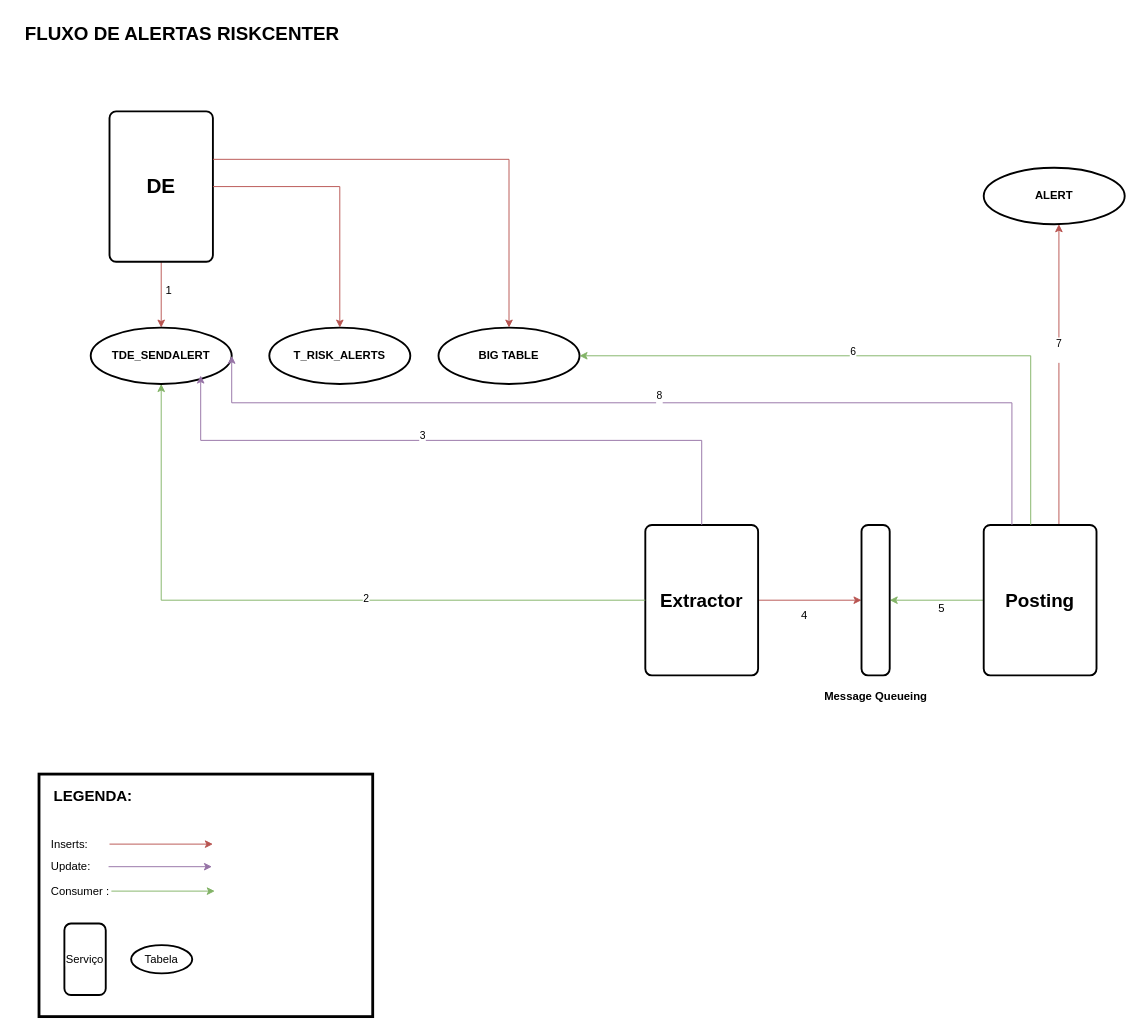
This is Projetos drawio/Diagrama sem nome.drawio from daviamarall/aws, a draw.io file, before an edit. Source tidied: cells renumbered, new cells numbered last; positions are measured from the earlier drawing's top-left corner, leaving out a move shared by most shapes. Both pictures are drawn from the tidied source at 94%, with x=0, y=0 at pixel (16, 16).
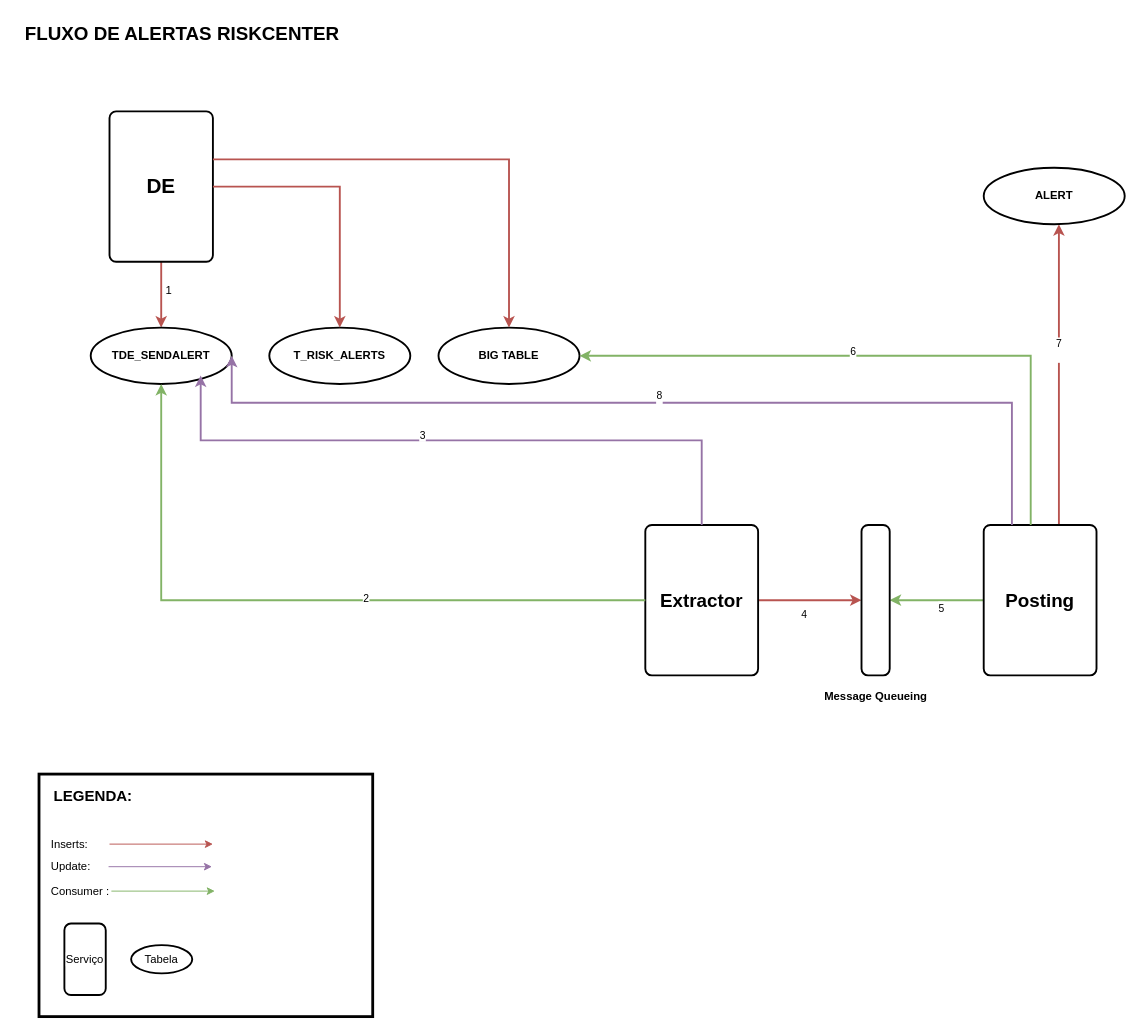
The same diagram, later.

The change refers to these unchanged cells:
```xml
<mxCell id="7" value="&lt;font style=&quot;font-size: 20px;&quot;&gt;&lt;b&gt;Posting&lt;/b&gt;&lt;/font&gt;" style="rounded=1;whiteSpace=wrap;html=1;absoluteArcSize=1;arcSize=14;strokeWidth=2;" parent="1" vertex="1">
  <mxGeometry x="1029" y="541" width="120" height="160" as="geometry" />
</mxCell>
<mxCell id="10" value="&lt;font style=&quot;font-size: 20px;&quot;&gt;&lt;b&gt;Extractor&lt;/b&gt;&lt;/font&gt;" style="rounded=1;whiteSpace=wrap;html=1;absoluteArcSize=1;arcSize=14;strokeWidth=2;" parent="1" vertex="1">
  <mxGeometry x="669" y="541" width="120" height="160" as="geometry" />
</mxCell>
<mxCell id="13" value="&lt;font style=&quot;font-size: 22px;&quot;&gt;&lt;b style=&quot;background-color: rgb(255, 255, 255);&quot;&gt;DE&lt;/b&gt;&lt;/font&gt;" style="rounded=1;whiteSpace=wrap;html=1;absoluteArcSize=1;arcSize=14;strokeWidth=2;labelBackgroundColor=default;" parent="1" vertex="1">
  <mxGeometry x="99" y="101" width="110" height="160" as="geometry" />
</mxCell>
<mxCell id="14" value="&lt;b&gt;TDE_SENDALERT&lt;/b&gt;" style="strokeWidth=2;html=1;shape=mxgraph.flowchart.start_1;whiteSpace=wrap;" parent="1" vertex="1">
  <mxGeometry x="79" y="331" width="150" height="60" as="geometry" />
</mxCell>
<mxCell id="15" value="&lt;b&gt;T_RISK_ALERTS&lt;/b&gt;" style="strokeWidth=2;html=1;shape=mxgraph.flowchart.start_1;whiteSpace=wrap;" parent="1" vertex="1">
  <mxGeometry x="269" y="331" width="150" height="60" as="geometry" />
</mxCell>
<mxCell id="16" value="&lt;b&gt;BIG TABLE&lt;/b&gt;" style="strokeWidth=2;html=1;shape=mxgraph.flowchart.start_1;whiteSpace=wrap;" parent="1" vertex="1">
  <mxGeometry x="449" y="331" width="150" height="60" as="geometry" />
</mxCell>
<mxCell id="19" style="rounded=1;whiteSpace=wrap;html=1;absoluteArcSize=1;arcSize=14;strokeWidth=2;verticalAlign=middle;labelBackgroundColor=none;" parent="1" vertex="1">
  <mxGeometry x="899" y="541" width="30" height="160" as="geometry" />
</mxCell>
<mxCell id="23" value="&lt;b&gt;ALERT&lt;/b&gt;" style="strokeWidth=2;html=1;shape=mxgraph.flowchart.start_1;whiteSpace=wrap;" parent="1" vertex="1">
  <mxGeometry x="1029" y="161" width="150" height="60" as="geometry" />
</mxCell>
```

Diff of the diagram source:
```diff
@@
-    <mxCell id="3" style="edgeStyle=orthogonalEdgeStyle;rounded=0;jettySize=auto;html=1;fillColor=#f8cecc;strokeColor=#b85450;flowAnimation=1;" parent="1" edge="1" source="7" target="23">
+    <mxCell id="3" style="edgeStyle=orthogonalEdgeStyle;rounded=0;jettySize=auto;html=1;fillColor=#f8cecc;strokeColor=#b85450;flowAnimation=1;strokeWidth=2;" parent="1" edge="1" source="7" target="23">
       <mxGeometry relative="1" as="geometry">
         <Array as="points">
           <mxPoint x="1109" y="391" />
           <mxPoint x="1109" y="391" />
         </Array>
       </mxGeometry>
     </mxCell>
@@
-    <mxCell id="5" style="edgeStyle=orthogonalEdgeStyle;rounded=0;jettySize=auto;html=1;entryX=1;entryY=0.5;entryDx=0;entryDy=0;fillColor=#d5e8d4;strokeColor=#82b366;flowAnimation=1;strokeWidth=1;" parent="1" edge="1" source="7" target="19">
+    <mxCell id="5" style="edgeStyle=orthogonalEdgeStyle;rounded=0;jettySize=auto;html=1;entryX=1;entryY=0.5;entryDx=0;entryDy=0;fillColor=#d5e8d4;strokeColor=#82b366;flowAnimation=1;strokeWidth=2;" parent="1" edge="1" source="7" target="19">
       <mxGeometry relative="1" as="geometry" />
     </mxCell>
-    <mxCell id="6" value="5" style="edgeLabel;html=1;align=center;verticalAlign=top;fontSize=12;" parent="5" vertex="1">
+    <mxCell id="6" value="&lt;font style=&quot;font-size: 11px;&quot;&gt;5&lt;/font&gt;" style="edgeLabel;html=1;align=center;verticalAlign=top;fontSize=12;" parent="5" vertex="1">
       <mxGeometry x="-0.08" y="-5" relative="1" as="geometry" />
     </mxCell>
@@
-    <mxCell id="8" style="edgeStyle=orthogonalEdgeStyle;rounded=0;jettySize=auto;html=1;entryX=0;entryY=0.5;entryDx=0;entryDy=0;fillColor=#f8cecc;strokeColor=#b85450;flowAnimation=1;" parent="1" edge="1" source="10" target="19">
+    <mxCell id="8" style="edgeStyle=orthogonalEdgeStyle;rounded=0;jettySize=auto;html=1;entryX=0;entryY=0.5;entryDx=0;entryDy=0;fillColor=#f8cecc;strokeColor=#b85450;flowAnimation=1;strokeWidth=2;" parent="1" edge="1" source="10" target="19">
       <mxGeometry relative="1" as="geometry" />
     </mxCell>
-    <mxCell id="9" value="4" style="edgeLabel;html=1;align=center;verticalAlign=top;fontSize=12;" parent="8" vertex="1">
+    <mxCell id="9" value="4" style="edgeLabel;html=1;align=center;verticalAlign=top;fontSize=11;" parent="8" vertex="1">
       <mxGeometry x="-0.13" y="-2" relative="1" as="geometry" />
     </mxCell>
@@
-    <mxCell id="11" style="edgeStyle=orthogonalEdgeStyle;rounded=0;jettySize=auto;html=1;flowAnimation=1;strokeColor=#b85450;strokeWidth=1;fillColor=#f8cecc;" parent="1" edge="1" source="13" target="14">
+    <mxCell id="11" style="edgeStyle=orthogonalEdgeStyle;rounded=0;jettySize=auto;html=1;flowAnimation=1;strokeColor=#b85450;strokeWidth=2;fillColor=#f8cecc;" parent="1" edge="1" source="13" target="14">
       <mxGeometry relative="1" as="geometry" />
     </mxCell>
@@
-    <mxCell id="17" style="edgeStyle=orthogonalEdgeStyle;rounded=0;jettySize=auto;html=1;entryX=0.5;entryY=0;entryDx=0;entryDy=0;entryPerimeter=0;flowAnimation=1;strokeColor=#b85450;strokeWidth=1;fillColor=#f8cecc;" parent="1" edge="1" source="13" target="15">
+    <mxCell id="17" style="edgeStyle=orthogonalEdgeStyle;rounded=0;jettySize=auto;html=1;entryX=0.5;entryY=0;entryDx=0;entryDy=0;entryPerimeter=0;flowAnimation=1;strokeColor=#b85450;strokeWidth=2;fillColor=#f8cecc;" parent="1" edge="1" source="13" target="15">
       <mxGeometry relative="1" as="geometry" />
     </mxCell>
-    <mxCell id="18" style="edgeStyle=orthogonalEdgeStyle;rounded=0;jettySize=auto;html=1;entryX=0.5;entryY=0;entryDx=0;entryDy=0;entryPerimeter=0;strokeColor=#b85450;flowAnimation=1;strokeWidth=1;fillColor=#f8cecc;" parent="1" edge="1" source="13" target="16">
+    <mxCell id="18" style="edgeStyle=orthogonalEdgeStyle;rounded=0;jettySize=auto;html=1;entryX=0.5;entryY=0;entryDx=0;entryDy=0;entryPerimeter=0;strokeColor=#b85450;flowAnimation=1;strokeWidth=2;fillColor=#f8cecc;" parent="1" edge="1" source="13" target="16">
       <mxGeometry relative="1" as="geometry">
         <Array as="points">
           <mxPoint x="524" y="152" />
         </Array>
       </mxGeometry>
     </mxCell>
@@
-    <mxCell id="20" style="edgeStyle=orthogonalEdgeStyle;rounded=0;jettySize=auto;html=1;entryX=0.78;entryY=0.85;entryDx=0;entryDy=0;entryPerimeter=0;exitX=0.5;exitY=0;exitDx=0;exitDy=0;fillColor=#e1d5e7;strokeColor=#9673a6;flowAnimation=1;shadow=0;" parent="1" edge="1" source="10" target="14">
+    <mxCell id="20" style="edgeStyle=orthogonalEdgeStyle;rounded=0;jettySize=auto;html=1;entryX=0.78;entryY=0.85;entryDx=0;entryDy=0;entryPerimeter=0;exitX=0.5;exitY=0;exitDx=0;exitDy=0;fillColor=#e1d5e7;strokeColor=#9673a6;flowAnimation=1;shadow=0;strokeWidth=2;" parent="1" edge="1" source="10" target="14">
       <mxGeometry relative="1" as="geometry">
         <Array as="points">
           <mxPoint x="729" y="451" />
           <mxPoint x="196" y="451" />
         </Array>
       </mxGeometry>
     </mxCell>
@@
-    <mxCell id="24" value="8&lt;div&gt;&lt;br&gt;&lt;/div&gt;" style="edgeStyle=orthogonalEdgeStyle;rounded=0;jettySize=auto;html=1;entryX=1;entryY=0.5;entryDx=0;entryDy=0;entryPerimeter=0;fillColor=#e1d5e7;strokeColor=#9673a6;flowAnimation=1;" parent="1" edge="1" source="7" target="14">
+    <mxCell id="24" value="8&lt;div&gt;&lt;br&gt;&lt;/div&gt;" style="edgeStyle=orthogonalEdgeStyle;rounded=0;jettySize=auto;html=1;entryX=1;entryY=0.5;entryDx=0;entryDy=0;entryPerimeter=0;fillColor=#e1d5e7;strokeColor=#9673a6;flowAnimation=1;strokeWidth=2;" parent="1" edge="1" source="7" target="14">
       <mxGeometry relative="1" as="geometry">
         <Array as="points">
           <mxPoint x="1059" y="411" />
           <mxPoint x="229" y="411" />
         </Array>
       </mxGeometry>
     </mxCell>
-    <mxCell id="25" style="edgeStyle=orthogonalEdgeStyle;rounded=0;jettySize=auto;html=1;entryX=1;entryY=0.5;entryDx=0;entryDy=0;entryPerimeter=0;fillColor=#d5e8d4;strokeColor=#82b366;flowAnimation=1;" parent="1" edge="1" source="7" target="16">
+    <mxCell id="25" style="edgeStyle=orthogonalEdgeStyle;rounded=0;jettySize=auto;html=1;entryX=1;entryY=0.5;entryDx=0;entryDy=0;entryPerimeter=0;fillColor=#d5e8d4;strokeColor=#82b366;flowAnimation=1;strokeWidth=2;" parent="1" edge="1" source="7" target="16">
       <mxGeometry relative="1" as="geometry">
         <Array as="points">
           <mxPoint x="1079" y="361" />
         </Array>
       </mxGeometry>
     </mxCell>
@@
-    <mxCell id="36" style="edgeStyle=orthogonalEdgeStyle;rounded=0;jettySize=auto;html=1;entryX=0.5;entryY=1;entryDx=0;entryDy=0;entryPerimeter=0;fillColor=#d5e8d4;strokeColor=#82b366;flowAnimation=1;" parent="1" edge="1" source="10" target="14">
+    <mxCell id="36" style="edgeStyle=orthogonalEdgeStyle;rounded=0;jettySize=auto;html=1;entryX=0.5;entryY=1;entryDx=0;entryDy=0;entryPerimeter=0;fillColor=#d5e8d4;strokeColor=#82b366;flowAnimation=1;strokeWidth=2;" parent="1" edge="1" source="10" target="14">
       <mxGeometry relative="1" as="geometry" />
     </mxCell>
```
